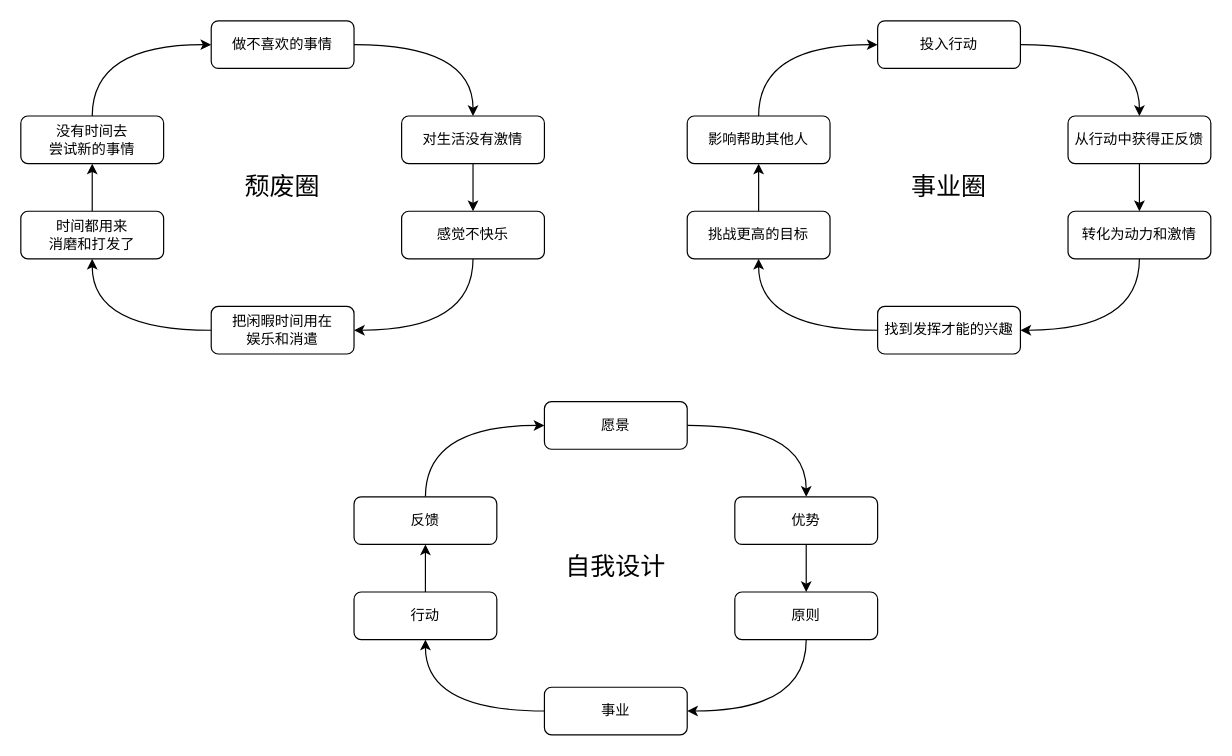
Before: 事业圈&颓废圈.drawio in youyusan/life_system, a draw.io diagram. Source tidied: cells renumbered, new cells numbered last; positions are measured from the earlier drawing's top-left corner, leaving out a move shared by most shapes. Both pictures are drawn from the tidied source at 119%, with x=0, y=0 at pixel (20, 20).
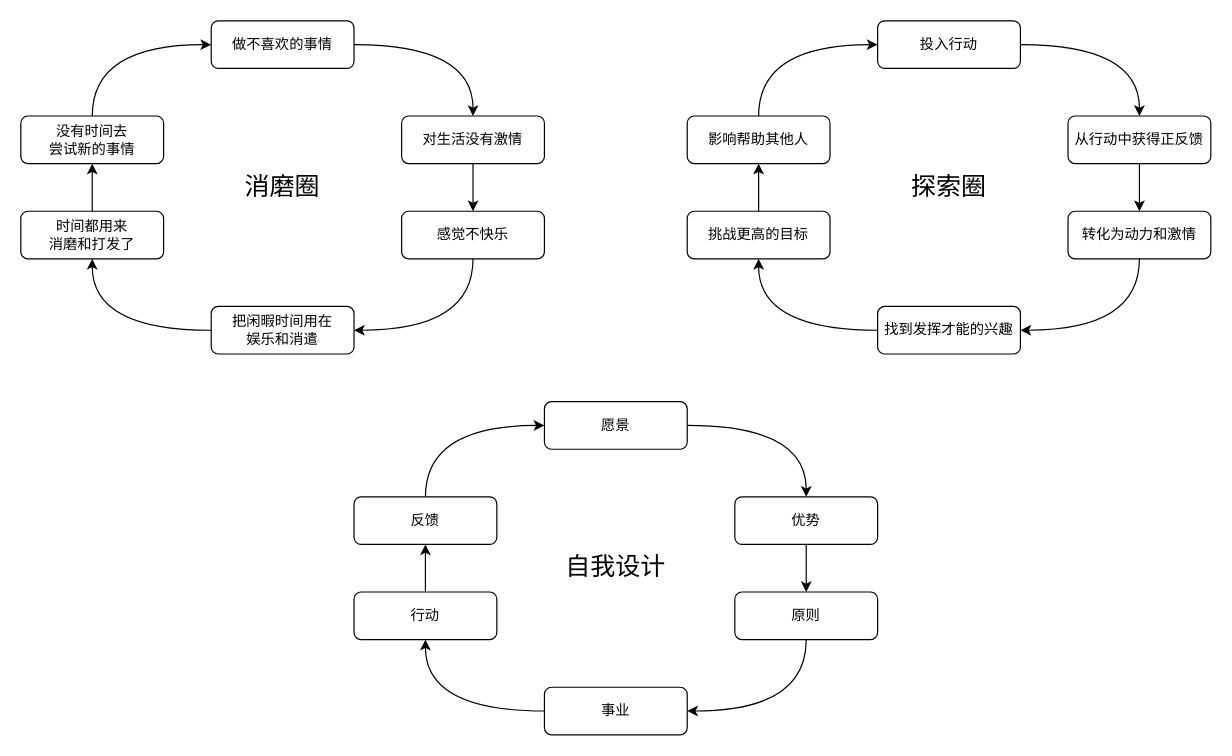
The same page after the edit.

Commit message:
更新事业圈&颓废圈.drawio

The edit, as a diff of the source:
```diff
@@
-    <mxCell id="38" value="&lt;span style=&quot;font-size: 21px;&quot;&gt;颓废圈&lt;/span&gt;" style="text;html=1;align=center;verticalAlign=middle;whiteSpace=wrap;rounded=0;fontFamily=Helvetica;fontSize=11;fontColor=default;labelBackgroundColor=default;" parent="1" vertex="1">
+    <mxCell id="38" value="&lt;span style=&quot;font-size: 21px;&quot;&gt;消磨圈&lt;/span&gt;" style="text;html=1;align=center;verticalAlign=middle;whiteSpace=wrap;rounded=0;fontFamily=Helvetica;fontSize=11;fontColor=default;labelBackgroundColor=default;" parent="1" vertex="1">
       <mxGeometry x="180" y="124" width="80" height="30" as="geometry" />
     </mxCell>
-    <mxCell id="39" value="&lt;span style=&quot;font-size: 21px;&quot;&gt;事业圈&lt;/span&gt;" style="text;html=1;align=center;verticalAlign=middle;whiteSpace=wrap;rounded=0;fontFamily=Helvetica;fontSize=11;fontColor=default;labelBackgroundColor=default;" parent="1" vertex="1">
+    <mxCell id="39" value="&lt;span style=&quot;font-size: 21px;&quot;&gt;探索圈&lt;/span&gt;" style="text;html=1;align=center;verticalAlign=middle;whiteSpace=wrap;rounded=0;fontFamily=Helvetica;fontSize=11;fontColor=default;labelBackgroundColor=default;" parent="1" vertex="1">
       <mxGeometry x="740" y="124" width="80" height="30" as="geometry" />
     </mxCell>
```
